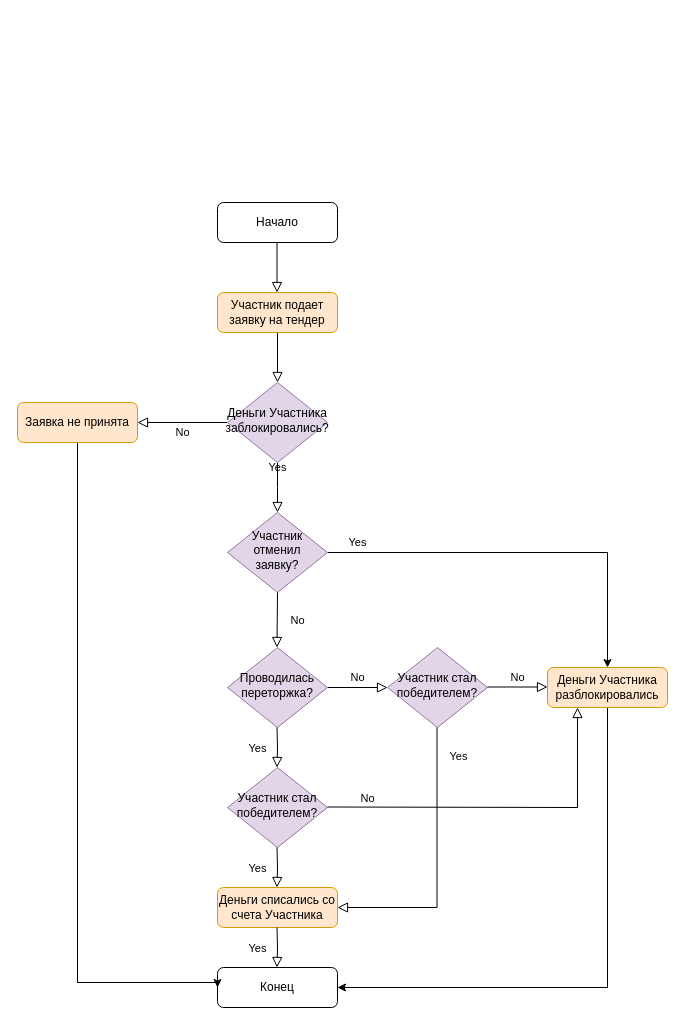
The draw.io diagram тэк-торг_оплата.drawio in ru1svasin/ru1svasin, before the edit. Source tidied: cells renumbered, new cells numbered last; positions are measured from the earlier drawing's top-left corner, leaving out a move shared by most shapes. Both pictures are drawn from the tidied source at 100%, with x=0, y=0 at pixel (17, 202).
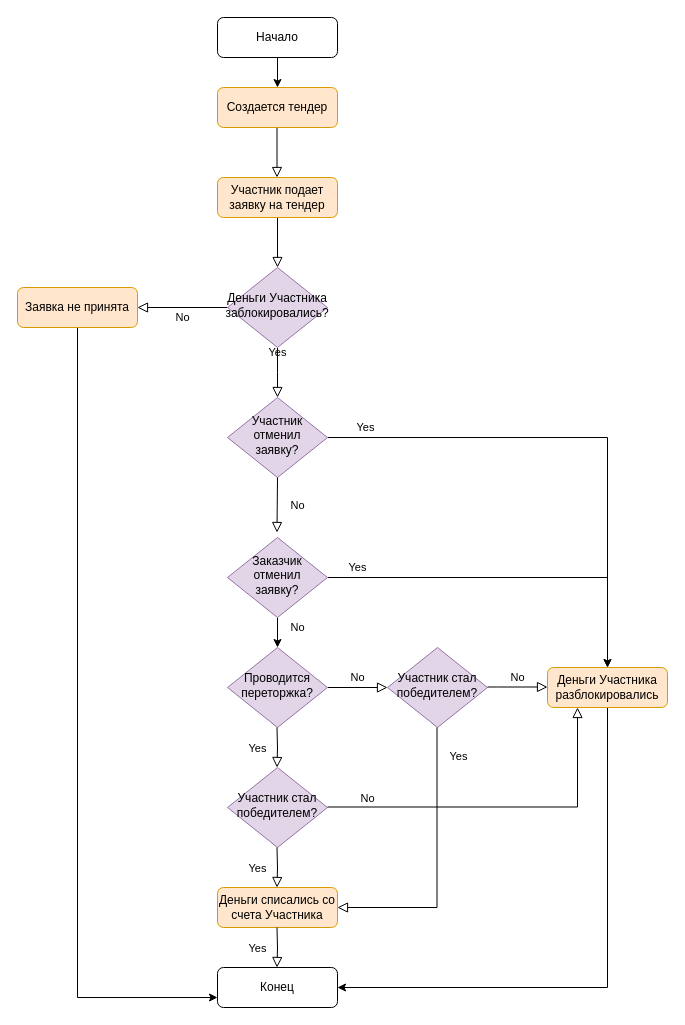
After the change.

The change refers to these unchanged cells:
```xml
<mxCell id="9" value="Конец" style="rounded=1;whiteSpace=wrap;html=1;fontSize=12;glass=0;strokeWidth=1;shadow=0;" parent="1" vertex="1">
  <mxGeometry x="200" y="765" width="120" height="40" as="geometry" />
</mxCell>
<mxCell id="22" value="Деньги Участника разблокировались" style="rounded=1;whiteSpace=wrap;html=1;fontSize=12;glass=0;strokeWidth=1;shadow=0;fillColor=#ffe6cc;strokeColor=#d79b00;" parent="1" vertex="1">
  <mxGeometry x="530" y="465" width="120" height="40" as="geometry" />
</mxCell>
```

What changed in the source:
```diff
@@
     <mxCell id="3" value="Участник подает заявку на тендер" style="rounded=1;whiteSpace=wrap;html=1;fontSize=12;glass=0;strokeWidth=1;shadow=0;fillColor=#ffe6cc;strokeColor=#d79b00;" parent="1" vertex="1">
-      <mxGeometry x="200" y="90" width="120" height="40" as="geometry" />
+      <mxGeometry x="200" y="-25" width="120" height="40" as="geometry" />
     </mxCell>
     <mxCell id="4" value="Yes" style="rounded=0;html=1;jettySize=auto;fontSize=11;endArrow=block;endFill=0;endSize=8;strokeWidth=1;shadow=0;labelBackgroundColor=none;edgeStyle=orthogonalEdgeStyle;" parent="1" edge="1" source="6">
       <mxGeometry y="20" relative="1" as="geometry">
-        <mxPoint x="260" y="310" as="targetPoint" />
+        <mxPoint x="260" y="195" as="targetPoint" />
       </mxGeometry>
     </mxCell>
@@
     <mxCell id="6" value="Деньги Участника заблокировались?" style="rhombus;whiteSpace=wrap;html=1;shadow=0;fontFamily=Helvetica;fontSize=12;align=center;strokeWidth=1;spacing=6;spacingTop=-4;fillColor=#e1d5e7;strokeColor=#9673a6;" parent="1" vertex="1">
-      <mxGeometry x="210" y="180" width="100" height="80" as="geometry" />
+      <mxGeometry x="210" y="65" width="100" height="80" as="geometry" />
     </mxCell>
@@
-    <mxCell id="8" value="Проводилась переторжка?" style="rhombus;whiteSpace=wrap;html=1;shadow=0;fontFamily=Helvetica;fontSize=12;align=center;strokeWidth=1;spacing=6;spacingTop=-4;fillColor=#e1d5e7;strokeColor=#9673a6;" parent="1" vertex="1">
+    <mxCell id="8" value="Проводится переторжка?" style="rhombus;whiteSpace=wrap;html=1;shadow=0;fontFamily=Helvetica;fontSize=12;align=center;strokeWidth=1;spacing=6;spacingTop=-4;fillColor=#e1d5e7;strokeColor=#9673a6;" parent="1" vertex="1">
       <mxGeometry x="210" y="445" width="100" height="80" as="geometry" />
     </mxCell>
@@
+    <mxCell id="28" style="edgeStyle=orthogonalEdgeStyle;rounded=0;jettySize=auto;html=1;" parent="1" edge="1" source="10" target="32">
+      <mxGeometry relative="1" as="geometry" />
+    </mxCell>
     <mxCell id="10" value="Начало" style="rounded=1;whiteSpace=wrap;html=1;fontSize=12;glass=0;strokeWidth=1;shadow=0;" parent="1" vertex="1">
-      <mxGeometry x="200" width="120" height="40" as="geometry" />
+      <mxGeometry x="200" y="-185" width="120" height="40" as="geometry" />
     </mxCell>
     <mxCell id="11" style="rounded=0;html=1;jettySize=auto;orthogonalLoop=1;fontSize=11;endArrow=block;endFill=0;endSize=8;strokeWidth=1;shadow=0;labelBackgroundColor=none;edgeStyle=orthogonalEdgeStyle;" parent="1" edge="1">
       <mxGeometry relative="1" as="geometry">
-        <mxPoint x="259.5" y="40" as="sourcePoint" />
-        <mxPoint x="259.5" y="90" as="targetPoint" />
+        <mxPoint x="259.5" y="-75" as="sourcePoint" />
+        <mxPoint x="259.5" y="-25" as="targetPoint" />
       </mxGeometry>
     </mxCell>
@@
-    <mxCell id="15" style="edgeStyle=orthogonalEdgeStyle;rounded=0;jettySize=auto;html=1;entryX=0;entryY=0.5;entryDx=0;entryDy=0;" parent="1" edge="1" source="16" target="9">
+    <mxCell id="15" style="edgeStyle=orthogonalEdgeStyle;rounded=0;jettySize=auto;html=1;entryX=0;entryY=0.75;entryDx=0;entryDy=0;" parent="1" edge="1" source="16" target="9">
       <mxGeometry relative="1" as="geometry">
         <Array as="points">
-          <mxPoint x="60" y="780" />
-          <mxPoint x="200" y="780" />
+          <mxPoint x="60" y="795" />
         </Array>
       </mxGeometry>
     </mxCell>
     <mxCell id="16" value="Заявка не принята" style="rounded=1;whiteSpace=wrap;html=1;fontSize=12;glass=0;strokeWidth=1;shadow=0;fillColor=#ffe6cc;strokeColor=#d79b00;" parent="1" vertex="1">
-      <mxGeometry y="200" width="120" height="40" as="geometry" />
+      <mxGeometry y="85" width="120" height="40" as="geometry" />
     </mxCell>
@@
     <mxCell id="24" value="No" style="edgeStyle=orthogonalEdgeStyle;rounded=0;html=1;jettySize=auto;fontSize=11;endArrow=block;endFill=0;endSize=8;strokeWidth=1;shadow=0;labelBackgroundColor=none;entryX=0.25;entryY=1;entryDx=0;entryDy=0;" parent="1" edge="1" target="22">
       <mxGeometry x="-0.77" y="10" relative="1" as="geometry">
         <mxPoint x="310" y="604.5" as="sourcePoint" />
+        <Array as="points">
+          <mxPoint x="560" y="605" />
+        </Array>
         <mxPoint y="1" as="offset" />
       </mxGeometry>
     </mxCell>
@@
     <mxCell id="26" value="Участник отменил заявку?" style="rhombus;whiteSpace=wrap;html=1;shadow=0;fontFamily=Helvetica;fontSize=12;align=center;strokeWidth=1;spacing=6;spacingTop=-4;fillColor=#e1d5e7;strokeColor=#9673a6;" parent="1" vertex="1">
-      <mxGeometry x="210" y="310" width="100" height="80" as="geometry" />
+      <mxGeometry x="210" y="195" width="100" height="80" as="geometry" />
     </mxCell>
     <mxCell id="27" value="No" style="rounded=0;html=1;jettySize=auto;fontSize=11;endArrow=block;endFill=0;endSize=8;strokeWidth=1;shadow=0;labelBackgroundColor=none;edgeStyle=orthogonalEdgeStyle;exitX=0.5;exitY=1;exitDx=0;exitDy=0;" parent="1" edge="1" source="26">
       <mxGeometry y="20" relative="1" as="geometry">
-        <mxPoint x="259.5" y="445" as="targetPoint" />
+        <mxPoint x="259.5" y="330" as="targetPoint" />
       </mxGeometry>
     </mxCell>
+    <mxCell id="29" value="No" style="edgeStyle=orthogonalEdgeStyle;rounded=0;jettySize=auto;html=1;entryX=0.5;entryY=0;entryDx=0;entryDy=0;" parent="1" edge="1" source="31" target="8">
+      <mxGeometry x="0.2" y="20" relative="1" as="geometry" />
+    </mxCell>
+    <mxCell id="30" value="Yes" style="edgeStyle=orthogonalEdgeStyle;rounded=0;jettySize=auto;html=1;entryX=0.5;entryY=0;entryDx=0;entryDy=0;" parent="1" edge="1" source="31" target="22">
+      <mxGeometry x="-0.84" y="10" relative="1" as="geometry" />
+    </mxCell>
+    <mxCell id="31" value="Заказчик отменил заявку?" style="rhombus;whiteSpace=wrap;html=1;shadow=0;fontFamily=Helvetica;fontSize=12;align=center;strokeWidth=1;spacing=6;spacingTop=-4;fillColor=#e1d5e7;strokeColor=#9673a6;" parent="1" vertex="1">
+      <mxGeometry x="210" y="335" width="100" height="80" as="geometry" />
+    </mxCell>
+    <mxCell id="32" value="Создается тендер" style="rounded=1;whiteSpace=wrap;html=1;fontSize=12;glass=0;strokeWidth=1;shadow=0;fillColor=#ffe6cc;strokeColor=#d79b00;" parent="1" vertex="1">
+      <mxGeometry x="200" y="-115" width="120" height="40" as="geometry" />
+    </mxCell>
```
